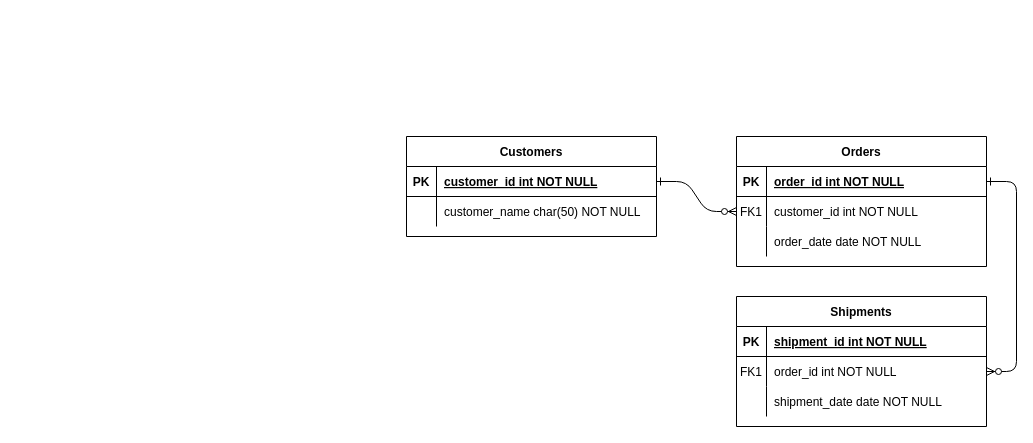
Before: ffc-pay-statement-db-schema.drawio in johnwatson484/diagrams, a draw.io diagram. Source tidied: cells renumbered, new cells numbered last; positions are measured from the earlier drawing's top-left corner, leaving out a move shared by most shapes. Both pictures are drawn from the tidied source at 100%, with x=0, y=0 at pixel (406, 136).
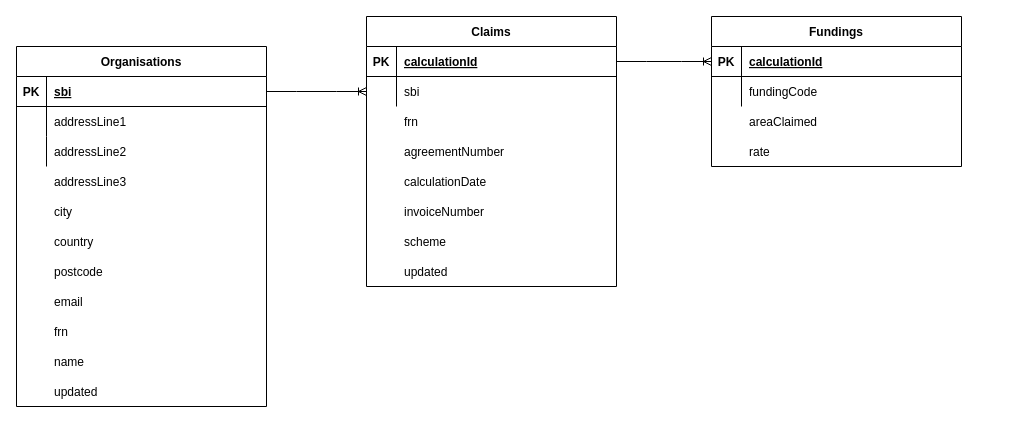
The same diagram, later.

Unchanged cells that the change refers to:
```xml
<mxCell id="5" style="shape=partialRectangle;fillColor=none;points=[[0,0.5],[1,0.5]];portConstraint=eastwest;top=0;left=0;right=0;bottom=1;" parent="4" vertex="1">
  <mxGeometry y="30" width="250" height="30" as="geometry" />
</mxCell>
<mxCell id="8" style="shape=partialRectangle;fillColor=none;points=[[0,0.5],[1,0.5]];portConstraint=eastwest;top=0;left=0;right=0;bottom=0;" parent="4" vertex="1">
  <mxGeometry y="60" width="250" height="30" as="geometry" />
</mxCell>
<mxCell id="11" style="shape=partialRectangle;fillColor=none;top=0;left=0;right=0;bottom=0;" parent="4" vertex="1">
  <mxGeometry y="90" width="250" height="30" as="geometry" />
</mxCell>
<mxCell id="25" style="shape=partialRectangle;fillColor=none;points=[[0,0.5],[1,0.5]];portConstraint=eastwest;top=0;left=0;right=0;bottom=1;" parent="24" vertex="1">
  <mxGeometry y="30" width="250" height="30" as="geometry" />
</mxCell>
<mxCell id="28" style="shape=partialRectangle;fillColor=none;points=[[0,0.5],[1,0.5]];portConstraint=eastwest;top=0;left=0;right=0;bottom=0;" parent="24" vertex="1">
  <mxGeometry y="60" width="250" height="30" as="geometry" />
</mxCell>
```

What changed in the source:
```diff
@@
-    <mxCell id="2" style="edgeStyle=entityRelationEdgeStyle;endArrow=ERzeroToMany;startArrow=ERone;endFill=1;startFill=0;" parent="1" edge="1" source="25" target="8">
-      <mxGeometry relative="1" as="geometry" />
-    </mxCell>
-    <mxCell id="3" style="edgeStyle=entityRelationEdgeStyle;endArrow=ERzeroToMany;startArrow=ERone;endFill=1;startFill=0;" parent="1" edge="1" source="5" target="18">
-      <mxGeometry relative="1" as="geometry" />
-    </mxCell>
-    <mxCell id="4" value="Orders" style="shape=table;startSize=30;childLayout=tableLayout;rowLines=0;fontStyle=1;align=center;" parent="1" vertex="1">
-      <mxGeometry x="330" width="250" height="130" as="geometry" />
+    <mxCell id="4" value="Organisations" style="shape=table;startSize=30;childLayout=tableLayout;rowLines=0;fontStyle=1;align=center;" parent="1" vertex="1">
+      <mxGeometry x="-390" y="-90" width="250" height="360" as="geometry" />
     </mxCell>
@@
-    <mxCell id="7" value="order_id int NOT NULL " style="shape=partialRectangle;overflow=hidden;fillColor=none;top=0;left=0;bottom=0;right=0;align=left;spacingLeft=6;fontStyle=5;" parent="5" vertex="1">
+    <mxCell id="7" value="sbi" style="shape=partialRectangle;overflow=hidden;fillColor=none;top=0;left=0;bottom=0;right=0;align=left;spacingLeft=6;fontStyle=5;" parent="5" vertex="1">
       <mxGeometry x="30" width="220" height="30" as="geometry" />
     </mxCell>
@@
-    <mxCell id="9" value="FK1" style="shape=partialRectangle;overflow=hidden;fillColor=none;top=0;left=0;bottom=0;right=0;" parent="8" vertex="1">
+    <mxCell id="9" style="shape=partialRectangle;overflow=hidden;fillColor=none;top=0;left=0;bottom=0;right=0;" parent="8" vertex="1">
       <mxGeometry width="30" height="30" as="geometry" />
     </mxCell>
-    <mxCell id="10" value="customer_id int NOT NULL" style="shape=partialRectangle;overflow=hidden;fillColor=none;top=0;left=0;bottom=0;right=0;align=left;spacingLeft=6;" parent="8" vertex="1">
+    <mxCell id="10" value="addressLine1" style="shape=partialRectangle;overflow=hidden;fillColor=none;top=0;left=0;bottom=0;right=0;align=left;spacingLeft=6;" parent="8" vertex="1">
       <mxGeometry x="30" width="220" height="30" as="geometry" />
     </mxCell>
@@
-    <mxCell id="13" value="order_date date NOT NULL" style="shape=partialRectangle;overflow=hidden;fillColor=none;top=0;left=0;bottom=0;right=0;align=left;spacingLeft=6;" parent="11" vertex="1">
+    <mxCell id="13" value="addressLine2" style="shape=partialRectangle;overflow=hidden;fillColor=none;top=0;left=0;bottom=0;right=0;align=left;spacingLeft=6;" parent="11" vertex="1">
       <mxGeometry x="30" width="220" height="30" as="geometry" />
     </mxCell>
-    <mxCell id="14" value="Shipments" style="shape=table;startSize=30;childLayout=tableLayout;rowLines=0;fontStyle=1;align=center;" parent="1" vertex="1">
-      <mxGeometry x="330" y="160" width="250" height="130" as="geometry" />
-    </mxCell>
-    <mxCell id="15" style="shape=partialRectangle;fillColor=none;points=[[0,0.5],[1,0.5]];portConstraint=eastwest;top=0;left=0;right=0;bottom=1;" parent="14" vertex="1">
-      <mxGeometry y="30" width="250" height="30" as="geometry" />
-    </mxCell>
-    <mxCell id="16" value="PK" style="shape=partialRectangle;overflow=hidden;fillColor=none;top=0;left=0;bottom=0;right=0;fontStyle=1;" parent="15" vertex="1">
-      <mxGeometry width="30" height="30" as="geometry" />
-    </mxCell>
-    <mxCell id="17" value="shipment_id int NOT NULL " style="shape=partialRectangle;overflow=hidden;fillColor=none;top=0;left=0;bottom=0;right=0;align=left;spacingLeft=6;fontStyle=5;" parent="15" vertex="1">
-      <mxGeometry x="30" width="220" height="30" as="geometry" />
-    </mxCell>
-    <mxCell id="18" style="shape=partialRectangle;fillColor=none;points=[[0,0.5],[1,0.5]];portConstraint=eastwest;top=0;left=0;right=0;bottom=0;" parent="14" vertex="1">
-      <mxGeometry y="60" width="250" height="30" as="geometry" />
-    </mxCell>
-    <mxCell id="19" value="FK1" style="shape=partialRectangle;overflow=hidden;fillColor=none;top=0;left=0;bottom=0;right=0;" parent="18" vertex="1">
-      <mxGeometry width="30" height="30" as="geometry" />
-    </mxCell>
-    <mxCell id="20" value="order_id int NOT NULL" style="shape=partialRectangle;overflow=hidden;fillColor=none;top=0;left=0;bottom=0;right=0;align=left;spacingLeft=6;" parent="18" vertex="1">
-      <mxGeometry x="30" width="220" height="30" as="geometry" />
-    </mxCell>
-    <mxCell id="21" style="shape=partialRectangle;fillColor=none;top=0;left=0;right=0;bottom=0;" parent="14" vertex="1">
-      <mxGeometry y="90" width="250" height="30" as="geometry" />
-    </mxCell>
-    <mxCell id="22" style="shape=partialRectangle;overflow=hidden;fillColor=none;top=0;left=0;bottom=0;right=0;" parent="21" vertex="1">
-      <mxGeometry width="30" height="30" as="geometry" />
-    </mxCell>
-    <mxCell id="23" value="shipment_date date NOT NULL" style="shape=partialRectangle;overflow=hidden;fillColor=none;top=0;left=0;bottom=0;right=0;align=left;spacingLeft=6;" parent="21" vertex="1">
-      <mxGeometry x="30" width="220" height="30" as="geometry" />
-    </mxCell>
-    <mxCell id="24" value="Customers" style="shape=table;startSize=30;childLayout=tableLayout;rowLines=0;fontStyle=1;align=center;" parent="1" vertex="1">
-      <mxGeometry width="250" height="100" as="geometry" />
+    <mxCell id="24" value="Claims" style="shape=table;startSize=30;childLayout=tableLayout;rowLines=0;fontStyle=1;align=center;" parent="1" vertex="1">
+      <mxGeometry x="-40" y="-120" width="250" height="270" as="geometry" />
     </mxCell>
@@
-    <mxCell id="27" value="customer_id int NOT NULL " style="shape=partialRectangle;overflow=hidden;fillColor=none;top=0;left=0;bottom=0;right=0;align=left;spacingLeft=6;fontStyle=5;" parent="25" vertex="1">
+    <mxCell id="27" value="calculationId" style="shape=partialRectangle;overflow=hidden;fillColor=none;top=0;left=0;bottom=0;right=0;align=left;spacingLeft=6;fontStyle=5;" parent="25" vertex="1">
       <mxGeometry x="30" width="220" height="30" as="geometry" />
     </mxCell>
@@
-    <mxCell id="30" value="customer_name char(50) NOT NULL" style="shape=partialRectangle;overflow=hidden;fillColor=none;top=0;left=0;bottom=0;right=0;align=left;spacingLeft=6;" parent="28" vertex="1">
+    <mxCell id="30" value="sbi" style="shape=partialRectangle;overflow=hidden;fillColor=none;top=0;left=0;bottom=0;right=0;align=left;spacingLeft=6;" parent="28" vertex="1">
       <mxGeometry x="30" width="220" height="30" as="geometry" />
     </mxCell>
+    <mxCell id="31" value="frn" style="shape=partialRectangle;overflow=hidden;fillColor=none;top=0;left=0;bottom=0;right=0;align=left;spacingLeft=6;" parent="1" vertex="1">
+      <mxGeometry x="-10" y="-30" width="220" height="30" as="geometry" />
+    </mxCell>
+    <mxCell id="32" value="agreementNumber" style="shape=partialRectangle;overflow=hidden;fillColor=none;top=0;left=0;bottom=0;right=0;align=left;spacingLeft=6;" parent="1" vertex="1">
+      <mxGeometry x="-10" width="220" height="30" as="geometry" />
+    </mxCell>
+    <mxCell id="33" value="calculationDate" style="shape=partialRectangle;overflow=hidden;fillColor=none;top=0;left=0;bottom=0;right=0;align=left;spacingLeft=6;" parent="1" vertex="1">
+      <mxGeometry x="-10" y="30" width="220" height="30" as="geometry" />
+    </mxCell>
+    <mxCell id="34" value="invoiceNumber" style="shape=partialRectangle;overflow=hidden;fillColor=none;top=0;left=0;bottom=0;right=0;align=left;spacingLeft=6;" parent="1" vertex="1">
+      <mxGeometry x="-10" y="60" width="220" height="30" as="geometry" />
+    </mxCell>
+    <mxCell id="35" style="shape=partialRectangle;fillColor=none;top=0;left=0;right=0;bottom=0;" parent="1" vertex="1">
+      <mxGeometry x="-390" y="180" width="250" height="30" as="geometry" />
+    </mxCell>
+    <mxCell id="36" style="shape=partialRectangle;overflow=hidden;fillColor=none;top=0;left=0;bottom=0;right=0;" parent="35" vertex="1">
+      <mxGeometry width="30" height="30" as="geometry" />
+    </mxCell>
+    <mxCell id="37" value="frn" style="shape=partialRectangle;overflow=hidden;fillColor=none;top=0;left=0;bottom=0;right=0;align=left;spacingLeft=6;" parent="35" vertex="1">
+      <mxGeometry x="30" width="220" height="30" as="geometry" />
+    </mxCell>
+    <mxCell id="38" style="shape=partialRectangle;fillColor=none;top=0;left=0;right=0;bottom=0;" parent="1" vertex="1">
+      <mxGeometry x="-390" y="210" width="250" height="30" as="geometry" />
+    </mxCell>
+    <mxCell id="39" style="shape=partialRectangle;overflow=hidden;fillColor=none;top=0;left=0;bottom=0;right=0;" parent="38" vertex="1">
+      <mxGeometry width="30" height="30" as="geometry" />
+    </mxCell>
+    <mxCell id="40" value="name" style="shape=partialRectangle;overflow=hidden;fillColor=none;top=0;left=0;bottom=0;right=0;align=left;spacingLeft=6;" parent="38" vertex="1">
+      <mxGeometry x="30" width="220" height="30" as="geometry" />
+    </mxCell>
+    <mxCell id="41" value="Fundings" style="shape=table;startSize=30;childLayout=tableLayout;rowLines=0;fontStyle=1;align=center;" parent="1" vertex="1">
+      <mxGeometry x="305" y="-120" width="250" height="150" as="geometry" />
+    </mxCell>
+    <mxCell id="15" style="shape=partialRectangle;fillColor=none;points=[[0,0.5],[1,0.5]];portConstraint=eastwest;top=0;left=0;right=0;bottom=1;" parent="41" vertex="1">
+      <mxGeometry y="30" width="250" height="30" as="geometry" />
+    </mxCell>
+    <mxCell id="16" value="PK" style="shape=partialRectangle;overflow=hidden;fillColor=none;top=0;left=0;bottom=0;right=0;fontStyle=1;" parent="15" vertex="1">
+      <mxGeometry width="30" height="30" as="geometry" />
+    </mxCell>
+    <mxCell id="42" value="calculationId" style="shape=partialRectangle;overflow=hidden;fillColor=none;top=0;left=0;bottom=0;right=0;align=left;spacingLeft=6;fontStyle=5;" parent="15" vertex="1">
+      <mxGeometry x="30" width="220" height="30" as="geometry" />
+    </mxCell>
+    <mxCell id="18" style="shape=partialRectangle;fillColor=none;points=[[0,0.5],[1,0.5]];portConstraint=eastwest;top=0;left=0;right=0;bottom=0;" parent="41" vertex="1">
+      <mxGeometry y="60" width="250" height="30" as="geometry" />
+    </mxCell>
+    <mxCell id="43" style="shape=partialRectangle;overflow=hidden;fillColor=none;top=0;left=0;bottom=0;right=0;" parent="18" vertex="1">
+      <mxGeometry width="30" height="30" as="geometry" />
+    </mxCell>
+    <mxCell id="44" value="fundingCode" style="shape=partialRectangle;overflow=hidden;fillColor=none;top=0;left=0;bottom=0;right=0;align=left;spacingLeft=6;" parent="18" vertex="1">
+      <mxGeometry x="30" width="220" height="30" as="geometry" />
+    </mxCell>
+    <mxCell id="45" value="areaClaimed" style="shape=partialRectangle;overflow=hidden;fillColor=none;top=0;left=0;bottom=0;right=0;align=left;spacingLeft=6;" parent="1" vertex="1">
+      <mxGeometry x="335" y="-30" width="220" height="30" as="geometry" />
+    </mxCell>
+    <mxCell id="46" value="rate" style="shape=partialRectangle;overflow=hidden;fillColor=none;top=0;left=0;bottom=0;right=0;align=left;spacingLeft=6;" parent="1" vertex="1">
+      <mxGeometry x="335" width="220" height="30" as="geometry" />
+    </mxCell>
+    <mxCell id="47" value="scheme" style="shape=partialRectangle;overflow=hidden;fillColor=none;top=0;left=0;bottom=0;right=0;align=left;spacingLeft=6;" parent="1" vertex="1">
+      <mxGeometry x="-10" y="90" width="220" height="30" as="geometry" />
+    </mxCell>
+    <mxCell id="48" value="updated" style="shape=partialRectangle;overflow=hidden;fillColor=none;top=0;left=0;bottom=0;right=0;align=left;spacingLeft=6;" parent="1" vertex="1">
+      <mxGeometry x="-10" y="120" width="220" height="30" as="geometry" />
+    </mxCell>
+    <mxCell id="49" style="edgeStyle=entityRelationEdgeStyle;fontSize=12;html=1;endArrow=ERoneToMany;rounded=0;exitX=1;exitY=0.5;exitDx=0;exitDy=0;entryX=0;entryY=0.5;entryDx=0;entryDy=0;" parent="1" edge="1" source="25" target="15">
+      <mxGeometry relative="1" as="geometry" />
+    </mxCell>
+    <mxCell id="50" style="edgeStyle=entityRelationEdgeStyle;fontSize=12;html=1;endArrow=ERoneToMany;rounded=0;exitX=1;exitY=0.5;exitDx=0;exitDy=0;entryX=0;entryY=0.5;entryDx=0;entryDy=0;" parent="1" edge="1" source="5" target="28">
+      <mxGeometry relative="1" as="geometry" />
+    </mxCell>
+    <mxCell id="51" value="updated" style="shape=partialRectangle;overflow=hidden;fillColor=none;top=0;left=0;bottom=0;right=0;align=left;spacingLeft=6;" parent="1" vertex="1">
+      <mxGeometry x="-360" y="240" width="220" height="30" as="geometry" />
+    </mxCell>
+    <mxCell id="52" value="addressLine3" style="shape=partialRectangle;overflow=hidden;fillColor=none;top=0;left=0;bottom=0;right=0;align=left;spacingLeft=6;" parent="1" vertex="1">
+      <mxGeometry x="-360" y="30" width="220" height="30" as="geometry" />
+    </mxCell>
+    <mxCell id="53" value="city" style="shape=partialRectangle;overflow=hidden;fillColor=none;top=0;left=0;bottom=0;right=0;align=left;spacingLeft=6;" parent="1" vertex="1">
+      <mxGeometry x="-360" y="60" width="220" height="30" as="geometry" />
+    </mxCell>
+    <mxCell id="54" value="country" style="shape=partialRectangle;overflow=hidden;fillColor=none;top=0;left=0;bottom=0;right=0;align=left;spacingLeft=6;" parent="1" vertex="1">
+      <mxGeometry x="-360" y="90" width="220" height="30" as="geometry" />
+    </mxCell>
+    <mxCell id="55" style="shape=partialRectangle;fillColor=none;top=0;left=0;right=0;bottom=0;" parent="1" vertex="1">
+      <mxGeometry x="-390" y="120" width="250" height="30" as="geometry" />
+    </mxCell>
+    <mxCell id="56" style="shape=partialRectangle;overflow=hidden;fillColor=none;top=0;left=0;bottom=0;right=0;" parent="55" vertex="1">
+      <mxGeometry width="30" height="30" as="geometry" />
+    </mxCell>
+    <mxCell id="57" value="postcode" style="shape=partialRectangle;overflow=hidden;fillColor=none;top=0;left=0;bottom=0;right=0;align=left;spacingLeft=6;" parent="55" vertex="1">
+      <mxGeometry x="30" width="220" height="30" as="geometry" />
+    </mxCell>
+    <mxCell id="58" style="shape=partialRectangle;fillColor=none;top=0;left=0;right=0;bottom=0;" parent="1" vertex="1">
+      <mxGeometry x="-390" y="150" width="250" height="30" as="geometry" />
+    </mxCell>
+    <mxCell id="59" style="shape=partialRectangle;overflow=hidden;fillColor=none;top=0;left=0;bottom=0;right=0;" parent="58" vertex="1">
+      <mxGeometry width="30" height="30" as="geometry" />
+    </mxCell>
+    <mxCell id="60" value="email" style="shape=partialRectangle;overflow=hidden;fillColor=none;top=0;left=0;bottom=0;right=0;align=left;spacingLeft=6;" parent="58" vertex="1">
+      <mxGeometry x="30" width="220" height="30" as="geometry" />
+    </mxCell>
```
